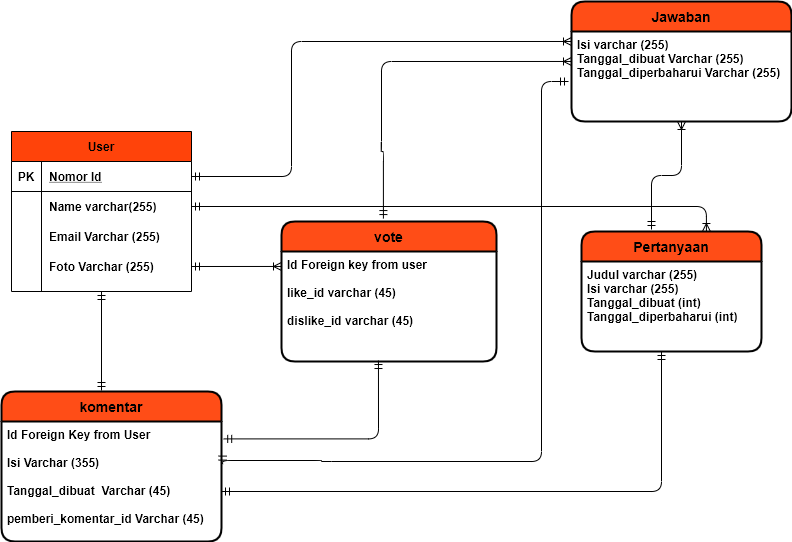
The draw.io diagram Tugas-ERD.png in irfanasdi/tugas-erd, before a commit. Source tidied: cells renumbered, new cells last; positions are measured from the earlier drawing's top-left corner, leaving out a move shared by most shapes. Source of this version:
```xml
<mxGraphModel>
  <root>
    <mxCell id="0" />
    <mxCell id="1" parent="0" />
    <mxCell id="2" value="User" style="shape=table;startSize=30;rowLines=0;fontStyle=1;align=center;fillColor=#FF430A;" parent="1" vertex="1">
      <mxGeometry x="10" y="130" width="180" height="160" as="geometry" />
    </mxCell>
    <mxCell id="3" style="shape=partialRectangle;fillColor=none;top=0;left=0;bottom=1;right=0;points=[[0,0.5],[1,0.5]];portConstraint=eastwest;" parent="2" vertex="1">
      <mxGeometry y="30" width="180" height="30" as="geometry" />
    </mxCell>
    <mxCell id="4" value="PK" style="shape=partialRectangle;fillColor=none;top=0;left=0;bottom=0;right=0;fontStyle=1;overflow=hidden;" parent="3" vertex="1">
      <mxGeometry width="30" height="30" as="geometry" />
    </mxCell>
    <mxCell id="5" value="Nomor Id" style="shape=partialRectangle;fillColor=none;top=0;left=0;bottom=0;right=0;align=left;spacingLeft=6;fontStyle=5;overflow=hidden;" parent="3" vertex="1">
      <mxGeometry x="30" width="150" height="30" as="geometry" />
    </mxCell>
    <mxCell id="6" style="shape=partialRectangle;fillColor=none;top=0;left=0;bottom=0;right=0;points=[[0,0.5],[1,0.5]];portConstraint=eastwest;" parent="2" vertex="1">
      <mxGeometry y="60" width="180" height="30" as="geometry" />
    </mxCell>
    <mxCell id="7" style="shape=partialRectangle;fillColor=none;top=0;left=0;bottom=0;right=0;overflow=hidden;" parent="6" vertex="1">
      <mxGeometry width="30" height="30" as="geometry" />
    </mxCell>
    <mxCell id="8" value="Name varchar(255)" style="shape=partialRectangle;fillColor=none;top=0;left=0;bottom=0;right=0;align=left;spacingLeft=6;overflow=hidden;fontStyle=1;" parent="6" vertex="1">
      <mxGeometry x="30" width="150" height="30" as="geometry" />
    </mxCell>
    <mxCell id="9" style="shape=partialRectangle;fillColor=none;top=0;left=0;bottom=0;right=0;" parent="2" vertex="1">
      <mxGeometry y="90" width="180" height="30" as="geometry" />
    </mxCell>
    <mxCell id="10" style="shape=partialRectangle;fillColor=none;top=0;left=0;bottom=0;right=0;overflow=hidden;" parent="9" vertex="1">
      <mxGeometry width="30" height="30" as="geometry" />
    </mxCell>
    <mxCell id="11" value="Email Varchar (255)" style="shape=partialRectangle;fillColor=none;top=0;left=0;bottom=0;right=0;align=left;spacingLeft=6;overflow=hidden;fontStyle=1;" parent="9" vertex="1">
      <mxGeometry x="30" width="150" height="30" as="geometry" />
    </mxCell>
    <mxCell id="12" style="shape=partialRectangle;fillColor=none;top=0;left=0;bottom=0;right=0;points=[[0,0.5],[1,0.5]];portConstraint=eastwest;" parent="2" vertex="1">
      <mxGeometry y="120" width="180" height="30" as="geometry" />
    </mxCell>
    <mxCell id="13" style="shape=partialRectangle;fillColor=none;top=0;left=0;bottom=0;right=0;overflow=hidden;" parent="12" vertex="1">
      <mxGeometry width="30" height="30" as="geometry" />
    </mxCell>
    <mxCell id="14" value="Foto Varchar (255)" style="shape=partialRectangle;fillColor=none;top=0;left=0;bottom=0;right=0;align=left;spacingLeft=6;overflow=hidden;fontStyle=1;" parent="12" vertex="1">
      <mxGeometry x="30" width="150" height="30" as="geometry" />
    </mxCell>
    <mxCell id="15" value="Jawaban" style="swimlane;horizontal=1;startSize=30;rounded=1;fontSize=14;fontStyle=1;strokeWidth=2;shadow=0;dashed=0;align=center;fillColor=#FF4D17;" parent="1" vertex="1">
      <mxGeometry x="570" width="220" height="120" as="geometry" />
    </mxCell>
    <mxCell id="16" value="Isi varchar (255)&#10;Tanggal_dibuat Varchar (255)&#10;Tanggal_diperbaharui Varchar (255)" style="align=left;strokeColor=none;fillColor=none;spacingLeft=4;fontSize=12;verticalAlign=top;fontStyle=1;" parent="15" vertex="1">
      <mxGeometry y="30" width="220" height="90" as="geometry" />
    </mxCell>
    <mxCell id="17" style="edgeStyle=orthogonalEdgeStyle;fontSize=12;html=1;endArrow=ERoneToMany;startArrow=ERmandOne;entryX=0;entryY=0.111;entryDx=0;entryDy=0;entryPerimeter=0;exitX=1;exitY=0.5;exitDx=0;exitDy=0;" parent="1" edge="1" source="3" target="16">
      <mxGeometry relative="1" as="geometry">
        <Array as="points">
          <mxPoint x="290" y="175" />
          <mxPoint x="290" y="40" />
        </Array>
      </mxGeometry>
    </mxCell>
    <mxCell id="18" style="edgeStyle=orthogonalEdgeStyle;fontSize=12;html=1;endArrow=ERoneToMany;startArrow=ERmandOne;entryX=0.5;entryY=1;entryDx=0;entryDy=0;" parent="1" edge="1" target="16">
      <mxGeometry relative="1" as="geometry">
        <mxPoint x="650" y="228" as="sourcePoint" />
      </mxGeometry>
    </mxCell>
    <mxCell id="19" value="Pertanyaan" style="swimlane;horizontal=1;startSize=30;rounded=1;fontSize=14;fontStyle=1;strokeWidth=2;shadow=0;dashed=0;align=center;fillColor=#FF4D17;" parent="1" vertex="1">
      <mxGeometry x="580" y="230" width="180" height="120" as="geometry" />
    </mxCell>
    <mxCell id="20" value="Judul varchar (255)&#10;Isi varchar (255)&#10;Tanggal_dibuat (int)&#10;Tanggal_diperbaharui (int)&#10;" style="align=left;strokeColor=none;fillColor=none;spacingLeft=4;fontSize=12;verticalAlign=top;fontStyle=1;" parent="19" vertex="1">
      <mxGeometry y="30" width="180" height="90" as="geometry" />
    </mxCell>
    <mxCell id="21" value="komentar" style="swimlane;horizontal=1;startSize=30;rounded=1;fontSize=14;fontStyle=1;strokeWidth=2;shadow=0;dashed=0;align=center;fillColor=#FF4D17;" parent="1" vertex="1">
      <mxGeometry y="390" width="220" height="150" as="geometry" />
    </mxCell>
    <mxCell id="22" value="Id Foreign Key from User&#10;&#10;Isi Varchar (355)&#10;&#10;Tanggal_dibuat  Varchar (45)&#10;&#10;pemberi_komentar_id Varchar (45)" style="align=left;strokeColor=none;fillColor=none;spacingLeft=4;fontSize=12;verticalAlign=top;fontStyle=1;" parent="21" vertex="1">
      <mxGeometry y="30" width="220" height="120" as="geometry" />
    </mxCell>
    <mxCell id="23" value="vote" style="swimlane;horizontal=1;startSize=30;rounded=1;fontSize=14;fontStyle=1;strokeWidth=2;shadow=0;dashed=0;align=center;fillColor=#FF4D17;" parent="1" vertex="1">
      <mxGeometry x="280" y="220" width="215" height="140" as="geometry" />
    </mxCell>
    <mxCell id="24" value="Id Foreign key from user&#10;&#10;like_id varchar (45)&#10;&#10;dislike_id varchar (45)" style="align=left;strokeColor=none;fillColor=none;spacingLeft=4;fontSize=12;verticalAlign=top;fontStyle=1;" parent="23" vertex="1">
      <mxGeometry y="30" width="215" height="110" as="geometry" />
    </mxCell>
    <mxCell id="25" style="edgeStyle=orthogonalEdgeStyle;fontSize=12;html=1;endArrow=ERoneToMany;startArrow=ERmandOne;exitX=0.474;exitY=-0.021;exitDx=0;exitDy=0;entryX=0;entryY=0.333;entryDx=0;entryDy=0;entryPerimeter=0;exitPerimeter=0;" parent="1" edge="1" source="23" target="16">
      <mxGeometry relative="1" as="geometry">
        <Array as="points">
          <mxPoint x="382" y="150" />
          <mxPoint x="380" y="150" />
          <mxPoint x="380" y="60" />
        </Array>
      </mxGeometry>
    </mxCell>
    <mxCell id="26" style="edgeStyle=orthogonalEdgeStyle;fontSize=12;html=1;endArrow=ERmandOne;startArrow=ERmandOne;" parent="1" edge="1">
      <mxGeometry relative="1" as="geometry">
        <mxPoint x="220" y="490" as="sourcePoint" />
        <mxPoint x="660" y="350" as="targetPoint" />
        <Array as="points">
          <mxPoint x="220" y="490" />
          <mxPoint x="660" y="490" />
        </Array>
      </mxGeometry>
    </mxCell>
    <mxCell id="27" style="edgeStyle=orthogonalEdgeStyle;fontSize=12;html=1;endArrow=ERmandOne;startArrow=ERmandOne;entryX=0.451;entryY=0.991;entryDx=0;entryDy=0;entryPerimeter=0;exitX=1.01;exitY=0.145;exitDx=0;exitDy=0;exitPerimeter=0;" parent="1" edge="1" source="22" target="24">
      <mxGeometry relative="1" as="geometry" />
    </mxCell>
    <mxCell id="28" style="fontSize=12;html=1;endArrow=ERoneToMany;startArrow=ERmandOne;exitX=1;exitY=0.5;exitDx=0;exitDy=0;entryX=0;entryY=0.136;entryDx=0;entryDy=0;entryPerimeter=0;" parent="1" edge="1" source="12" target="24">
      <mxGeometry relative="1" as="geometry" />
    </mxCell>
    <mxCell id="29" style="edgeStyle=orthogonalEdgeStyle;fontSize=12;html=1;endArrow=ERmandOne;startArrow=ERmandOne;exitX=1.005;exitY=0.355;exitDx=0;exitDy=0;exitPerimeter=0;" parent="1" edge="1" source="22">
      <mxGeometry relative="1" as="geometry">
        <mxPoint x="567" y="80" as="targetPoint" />
        <Array as="points">
          <mxPoint x="320" y="459" />
          <mxPoint x="540" y="460" />
          <mxPoint x="540" y="91" />
        </Array>
      </mxGeometry>
    </mxCell>
    <mxCell id="30" style="fontSize=12;html=1;endArrow=ERmandOne;startArrow=ERmandOne;entryX=0.5;entryY=1;entryDx=0;entryDy=0;" parent="1" edge="1" target="2">
      <mxGeometry relative="1" as="geometry">
        <mxPoint x="100" y="389" as="sourcePoint" />
      </mxGeometry>
    </mxCell>
    <mxCell id="31" style="edgeStyle=orthogonalEdgeStyle;fontSize=12;html=1;endArrow=ERoneToMany;startArrow=ERmandOne;exitX=1;exitY=0.5;exitDx=0;exitDy=0;entryX=0.694;entryY=0;entryDx=0;entryDy=0;entryPerimeter=0;" parent="1" edge="1" source="6" target="19">
      <mxGeometry relative="1" as="geometry" />
    </mxCell>
  </root>
</mxGraphModel>
```
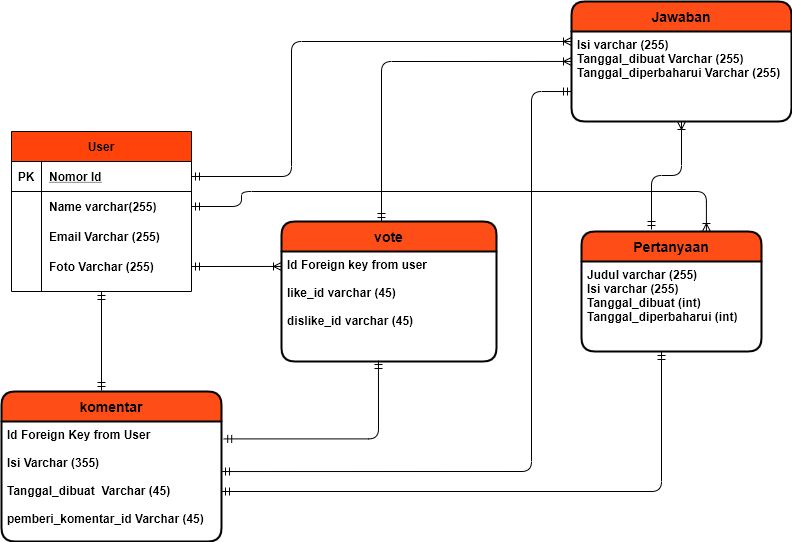
The same diagram one commit later.

Commit message:
melakukan perubahan design tugas erd

Diff of the diagram source:
```diff
@@ -78,11 +78,10 @@
     <mxCell id="24" value="Id Foreign key from user&#10;&#10;like_id varchar (45)&#10;&#10;dislike_id varchar (45)" style="align=left;strokeColor=none;fillColor=none;spacingLeft=4;fontSize=12;verticalAlign=top;fontStyle=1;" parent="23" vertex="1">
       <mxGeometry y="30" width="215" height="110" as="geometry" />
     </mxCell>
-    <mxCell id="25" style="edgeStyle=orthogonalEdgeStyle;fontSize=12;html=1;endArrow=ERoneToMany;startArrow=ERmandOne;exitX=0.474;exitY=-0.021;exitDx=0;exitDy=0;entryX=0;entryY=0.333;entryDx=0;entryDy=0;entryPerimeter=0;exitPerimeter=0;" parent="1" edge="1" source="23" target="16">
+    <mxCell id="25" style="edgeStyle=orthogonalEdgeStyle;fontSize=12;html=1;endArrow=ERoneToMany;startArrow=ERmandOne;entryX=0;entryY=0.333;entryDx=0;entryDy=0;entryPerimeter=0;" parent="1" edge="1" target="16">
       <mxGeometry relative="1" as="geometry">
+        <mxPoint x="380" y="220" as="sourcePoint" />
         <Array as="points">
-          <mxPoint x="382" y="150" />
-          <mxPoint x="380" y="150" />
           <mxPoint x="380" y="60" />
         </Array>
       </mxGeometry>
@@ -98,28 +97,36 @@
       </mxGeometry>
     </mxCell>
     <mxCell id="27" style="edgeStyle=orthogonalEdgeStyle;fontSize=12;html=1;endArrow=ERmandOne;startArrow=ERmandOne;entryX=0.451;entryY=0.991;entryDx=0;entryDy=0;entryPerimeter=0;exitX=1.01;exitY=0.145;exitDx=0;exitDy=0;exitPerimeter=0;" parent="1" edge="1" source="22" target="24">
-      <mxGeometry relative="1" as="geometry" />
+      <mxGeometry relative="1" as="geometry">
+        <Array as="points">
+          <mxPoint x="377" y="437" />
+        </Array>
+      </mxGeometry>
     </mxCell>
     <mxCell id="28" style="fontSize=12;html=1;endArrow=ERoneToMany;startArrow=ERmandOne;exitX=1;exitY=0.5;exitDx=0;exitDy=0;entryX=0;entryY=0.136;entryDx=0;entryDy=0;entryPerimeter=0;" parent="1" edge="1" source="12" target="24">
       <mxGeometry relative="1" as="geometry" />
     </mxCell>
-    <mxCell id="29" style="edgeStyle=orthogonalEdgeStyle;fontSize=12;html=1;endArrow=ERmandOne;startArrow=ERmandOne;exitX=1.005;exitY=0.355;exitDx=0;exitDy=0;exitPerimeter=0;" parent="1" edge="1" source="22">
-      <mxGeometry relative="1" as="geometry">
-        <mxPoint x="567" y="80" as="targetPoint" />
-        <Array as="points">
-          <mxPoint x="320" y="459" />
-          <mxPoint x="540" y="460" />
-          <mxPoint x="540" y="91" />
-        </Array>
-      </mxGeometry>
-    </mxCell>
     <mxCell id="30" style="fontSize=12;html=1;endArrow=ERmandOne;startArrow=ERmandOne;entryX=0.5;entryY=1;entryDx=0;entryDy=0;" parent="1" edge="1" target="2">
       <mxGeometry relative="1" as="geometry">
         <mxPoint x="100" y="389" as="sourcePoint" />
       </mxGeometry>
     </mxCell>
     <mxCell id="31" style="edgeStyle=orthogonalEdgeStyle;fontSize=12;html=1;endArrow=ERoneToMany;startArrow=ERmandOne;exitX=1;exitY=0.5;exitDx=0;exitDy=0;entryX=0.694;entryY=0;entryDx=0;entryDy=0;entryPerimeter=0;" parent="1" edge="1" source="6" target="19">
-      <mxGeometry relative="1" as="geometry" />
+      <mxGeometry relative="1" as="geometry">
+        <Array as="points">
+          <mxPoint x="240" y="205" />
+          <mxPoint x="240" y="190" />
+          <mxPoint x="705" y="190" />
+        </Array>
+      </mxGeometry>
     </mxCell>
+    <mxCell id="32" style="edgeStyle=orthogonalEdgeStyle;fontSize=12;html=1;endArrow=ERmandOne;startArrow=ERmandOne;entryX=0;entryY=0.667;entryDx=0;entryDy=0;entryPerimeter=0;exitX=1;exitY=0.417;exitDx=0;exitDy=0;exitPerimeter=0;" parent="1" edge="1" source="22" target="16">
+      <mxGeometry relative="1" as="geometry">
+        <Array as="points">
+          <mxPoint x="530" y="470" />
+          <mxPoint x="530" y="90" />
+        </Array>
+      </mxGeometry>
+    </mxCell>
   </root>
 </mxGraphModel>
```
